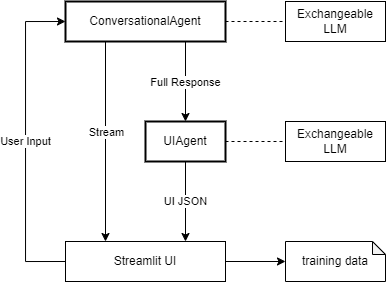
Above: conversation_flow.drawio.png in David-Sat/ui-converse (draw.io), before the change. Source tidied: cells renumbered, new cells last; positions are measured from the earlier drawing's top-left corner, leaving out a move shared by most shapes. The source it was exported from:
```xml
<mxGraphModel>
  <root>
    <mxCell id="0" />
    <mxCell id="1" parent="0" />
    <mxCell id="2" style="edgeStyle=none;html=1;exitX=0.5;exitY=1;exitDx=0;exitDy=0;entryX=0.75;entryY=0;entryDx=0;entryDy=0;" parent="1" edge="1" source="5" target="15">
      <mxGeometry relative="1" as="geometry" />
    </mxCell>
    <mxCell id="3" value="UI JSON" style="edgeLabel;html=1;align=center;verticalAlign=middle;" parent="2" vertex="1">
      <mxGeometry x="-0.24" y="2" relative="1" as="geometry">
        <mxPoint x="-2" y="9" as="offset" />
      </mxGeometry>
    </mxCell>
    <mxCell id="4" style="edgeStyle=orthogonalEdgeStyle;rounded=0;html=1;exitX=1;exitY=0.5;exitDx=0;exitDy=0;entryX=0;entryY=0.5;entryDx=0;entryDy=0;dashed=1;endArrow=none;endFill=0;" parent="1" edge="1" source="5" target="17">
      <mxGeometry relative="1" as="geometry" />
    </mxCell>
    <mxCell id="5" value="UIAgent" style="rounded=0;whiteSpace=wrap;html=1;strokeWidth=2;" parent="1" vertex="1">
      <mxGeometry x="120" y="120" width="80" height="40" as="geometry" />
    </mxCell>
    <mxCell id="6" style="edgeStyle=none;html=1;exitX=0.25;exitY=1;exitDx=0;exitDy=0;entryX=0.25;entryY=0;entryDx=0;entryDy=0;" parent="1" edge="1" source="11" target="15">
      <mxGeometry relative="1" as="geometry" />
    </mxCell>
    <mxCell id="7" value="Stream" style="edgeLabel;html=1;align=center;verticalAlign=middle;" parent="6" vertex="1">
      <mxGeometry x="-0.1" y="1" relative="1" as="geometry" />
    </mxCell>
    <mxCell id="8" style="edgeStyle=none;html=1;exitX=0.75;exitY=1;exitDx=0;exitDy=0;entryX=0.5;entryY=0;entryDx=0;entryDy=0;" parent="1" edge="1" source="11" target="5">
      <mxGeometry relative="1" as="geometry" />
    </mxCell>
    <mxCell id="9" value="Full Response" style="edgeLabel;html=1;align=center;verticalAlign=middle;" parent="8" vertex="1">
      <mxGeometry x="-0.25" y="-1" relative="1" as="geometry">
        <mxPoint x="1" y="10" as="offset" />
      </mxGeometry>
    </mxCell>
    <mxCell id="10" style="edgeStyle=orthogonalEdgeStyle;rounded=0;html=1;exitX=1;exitY=0.5;exitDx=0;exitDy=0;entryX=0;entryY=0.5;entryDx=0;entryDy=0;endArrow=none;endFill=0;dashed=1;" parent="1" edge="1" source="11" target="16">
      <mxGeometry relative="1" as="geometry" />
    </mxCell>
    <mxCell id="11" value="ConversationalAgent" style="rounded=0;whiteSpace=wrap;html=1;strokeWidth=2;" parent="1" vertex="1">
      <mxGeometry x="40" width="160" height="40" as="geometry" />
    </mxCell>
    <mxCell id="12" style="edgeStyle=orthogonalEdgeStyle;rounded=0;html=1;exitX=0;exitY=0.5;exitDx=0;exitDy=0;entryX=0;entryY=0.5;entryDx=0;entryDy=0;" parent="1" edge="1" source="15" target="11">
      <mxGeometry relative="1" as="geometry">
        <Array as="points">
          <mxPoint y="260" />
          <mxPoint y="20" />
        </Array>
      </mxGeometry>
    </mxCell>
    <mxCell id="13" value="User Input" style="edgeLabel;html=1;align=center;verticalAlign=middle;" parent="12" vertex="1">
      <mxGeometry x="-0.07" y="2" relative="1" as="geometry">
        <mxPoint x="2" y="-12" as="offset" />
      </mxGeometry>
    </mxCell>
    <mxCell id="14" style="edgeStyle=orthogonalEdgeStyle;rounded=0;html=1;exitX=1;exitY=0.5;exitDx=0;exitDy=0;entryX=0;entryY=0.5;entryDx=0;entryDy=0;entryPerimeter=0;endArrow=classic;endFill=1;" parent="1" edge="1" source="15" target="18">
      <mxGeometry relative="1" as="geometry" />
    </mxCell>
    <mxCell id="15" value="Streamlit UI" style="rounded=0;whiteSpace=wrap;html=1;strokeWidth=1;" parent="1" vertex="1">
      <mxGeometry x="40" y="240" width="160" height="40" as="geometry" />
    </mxCell>
    <mxCell id="16" value="Exchangeable LLM" style="rounded=0;whiteSpace=wrap;html=1;strokeWidth=1;" parent="1" vertex="1">
      <mxGeometry x="260" width="100" height="40" as="geometry" />
    </mxCell>
    <mxCell id="17" value="Exchangeable LLM" style="rounded=0;whiteSpace=wrap;html=1;strokeWidth=1;" parent="1" vertex="1">
      <mxGeometry x="260" y="120" width="100" height="40" as="geometry" />
    </mxCell>
    <mxCell id="18" value="training data" style="shape=note;whiteSpace=wrap;html=1;backgroundOutline=1;darkOpacity=0.05;strokeWidth=1;size=13;" parent="1" vertex="1">
      <mxGeometry x="260" y="240" width="100" height="40" as="geometry" />
    </mxCell>
  </root>
</mxGraphModel>
```
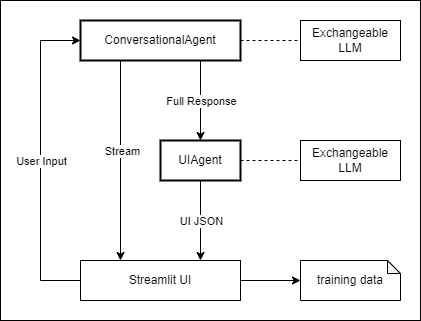
The same file after the commit.

Commit message:
Update class diagram and conversation flow diagrams

Diff of the diagram source:
```diff
@@ -2,6 +2,9 @@
   <root>
     <mxCell id="0" />
     <mxCell id="1" parent="0" />
+    <mxCell id="19" style="rounded=0;whiteSpace=wrap;html=1;" parent="1" vertex="1">
+      <mxGeometry x="-40" y="-20" width="420" height="320" as="geometry" />
+    </mxCell>
     <mxCell id="2" style="edgeStyle=none;html=1;exitX=0.5;exitY=1;exitDx=0;exitDy=0;entryX=0.75;entryY=0;entryDx=0;entryDy=0;" parent="1" edge="1" source="5" target="15">
       <mxGeometry relative="1" as="geometry" />
     </mxCell>
```
